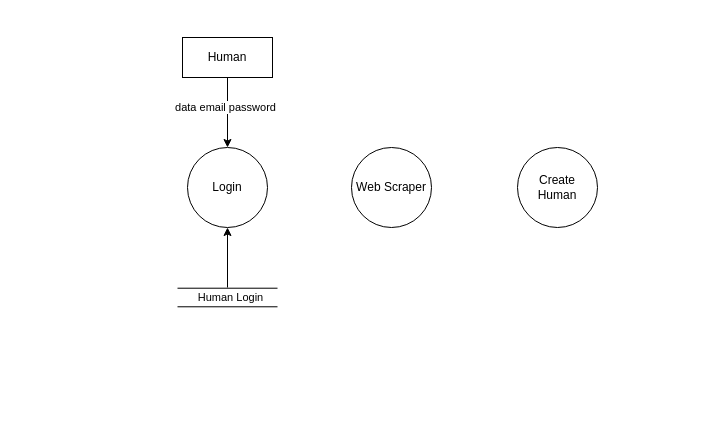
Above: Diagram Tanpa Judul.drawio in CyberFullStackDeveloperArr/coba (draw.io), before the change. Source tidied: cells renumbered, new cells numbered last; positions are measured from the earlier drawing's top-left corner, leaving out a move shared by most shapes. Both pictures are drawn from the tidied source at 100%, with x=0, y=0 at pixel (177, 37).
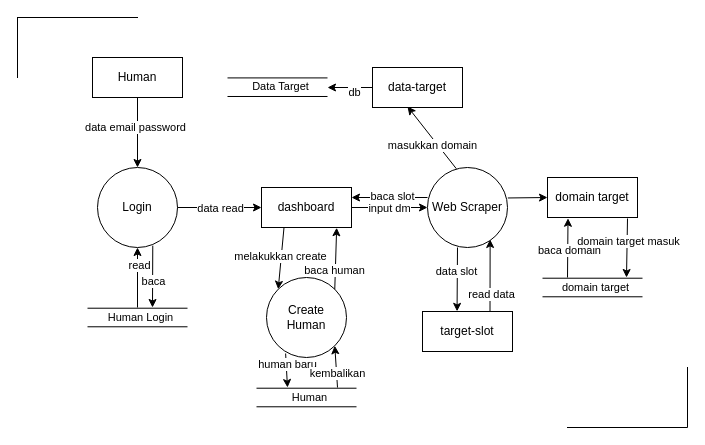
The same diagram, later.

Diff of the diagram source:
```diff
@@
     <mxCell id="2" value="Login" style="ellipse;whiteSpace=wrap;html=1;" parent="1" vertex="1">
-      <mxGeometry x="10" y="110" width="80" height="80" as="geometry" />
+      <mxGeometry x="-80" y="130" width="80" height="80" as="geometry" />
     </mxCell>
     <mxCell id="3" value="Web Scraper" style="ellipse;whiteSpace=wrap;html=1;" parent="1" vertex="1">
-      <mxGeometry x="174" y="110" width="80" height="80" as="geometry" />
+      <mxGeometry x="250" y="130" width="80" height="80" as="geometry" />
     </mxCell>
     <mxCell id="4" value="Create Human" style="ellipse;whiteSpace=wrap;html=1;" parent="1" vertex="1">
-      <mxGeometry x="340" y="110" width="80" height="80" as="geometry" />
+      <mxGeometry x="89" y="240" width="80" height="80" as="geometry" />
     </mxCell>
     <mxCell id="5" value="Human" style="rounded=0;whiteSpace=wrap;html=1;" parent="1" vertex="1">
-      <mxGeometry x="5" width="90" height="40" as="geometry" />
+      <mxGeometry x="-85" y="20" width="90" height="40" as="geometry" />
     </mxCell>
     <mxCell id="6" style="shape=link;html=1;rounded=0;width=18.57142857142857;" parent="1" edge="1">
       <mxGeometry relative="1" as="geometry">
-        <mxPoint y="260" as="sourcePoint" />
-        <mxPoint x="100" y="260" as="targetPoint" />
+        <mxPoint x="-90" y="280" as="sourcePoint" />
+        <mxPoint x="10" y="280" as="targetPoint" />
       </mxGeometry>
     </mxCell>
@@
     <mxCell id="8" style="endArrow=classic;html=1;rounded=0;entryX=0.5;entryY=1;entryDx=0;entryDy=0;" parent="1" edge="1" target="2">
       <mxGeometry relative="1" as="geometry">
-        <mxPoint x="50" y="250" as="sourcePoint" />
+        <mxPoint x="-40" y="270" as="sourcePoint" />
       </mxGeometry>
     </mxCell>
+    <mxCell id="11" value="read" style="edgeLabel;html=1;align=center;verticalAlign=middle;" parent="8" vertex="1">
+      <mxGeometry x="0.44" y="-1" relative="1" as="geometry" />
+    </mxCell>
@@
+    <mxCell id="12" style="endArrow=classic;html=1;rounded=0;exitX=1;exitY=0.5;exitDx=0;exitDy=0;entryX=0;entryY=0.5;entryDx=0;entryDy=0;" parent="1" edge="1" source="2" target="14">
+      <mxGeometry relative="1" as="geometry" />
+    </mxCell>
+    <mxCell id="13" value="data read" style="edgeLabel;html=1;align=center;verticalAlign=middle;" parent="12" vertex="1">
+      <mxGeometry x="-0.01" relative="1" as="geometry" />
+    </mxCell>
+    <mxCell id="14" value="dashboard" style="rounded=0;whiteSpace=wrap;html=1;" parent="1" vertex="1">
+      <mxGeometry x="84" y="150" width="90" height="40" as="geometry" />
+    </mxCell>
+    <mxCell id="15" style="endArrow=classic;html=1;rounded=0;entryX=0;entryY=0.5;entryDx=0;entryDy=0;exitX=1;exitY=0.5;exitDx=0;exitDy=0;" parent="1" edge="1" source="14" target="3">
+      <mxGeometry relative="1" as="geometry" />
+    </mxCell>
+    <mxCell id="16" value="input dm" style="edgeLabel;html=1;align=center;verticalAlign=middle;" parent="15" vertex="1">
+      <mxGeometry x="-0.03" relative="1" as="geometry" />
+    </mxCell>
+    <mxCell id="17" value="data-target" style="rounded=0;whiteSpace=wrap;html=1;" parent="1" vertex="1">
+      <mxGeometry x="195" y="30" width="90" height="40" as="geometry" />
+    </mxCell>
+    <mxCell id="18" value="target-slot" style="rounded=0;whiteSpace=wrap;html=1;" parent="1" vertex="1">
+      <mxGeometry x="245" y="274" width="90" height="40" as="geometry" />
+    </mxCell>
+    <mxCell id="19" style="endArrow=classic;html=1;rounded=0;exitX=0.361;exitY=0.016;exitDx=0;exitDy=0;exitPerimeter=0;entryX=0.389;entryY=0.976;entryDx=0;entryDy=0;entryPerimeter=0;" parent="1" edge="1" source="3" target="17">
+      <mxGeometry relative="1" as="geometry" />
+    </mxCell>
+    <mxCell id="20" value="masukkan domain" style="edgeLabel;html=1;align=center;verticalAlign=middle;" parent="19" vertex="1">
+      <mxGeometry x="-0.15" y="4" relative="1" as="geometry" />
+    </mxCell>
+    <mxCell id="21" style="endArrow=classic;html=1;rounded=0;exitX=0.375;exitY=1;exitDx=0;exitDy=0;exitPerimeter=0;entryX=0.384;entryY=-0.004;entryDx=0;entryDy=0;entryPerimeter=0;" parent="1" edge="1" source="3" target="18">
+      <mxGeometry relative="1" as="geometry" />
+    </mxCell>
+    <mxCell id="22" value="data slot" style="edgeLabel;html=1;align=center;verticalAlign=middle;" parent="21" vertex="1">
+      <mxGeometry x="-0.26" y="-1" relative="1" as="geometry" />
+    </mxCell>
+    <mxCell id="23" style="endArrow=classic;html=1;rounded=0;exitX=0.75;exitY=0;exitDx=0;exitDy=0;entryX=0.783;entryY=0.9;entryDx=0;entryDy=0;entryPerimeter=0;" parent="1" edge="1" source="18" target="3">
+      <mxGeometry relative="1" as="geometry" />
+    </mxCell>
+    <mxCell id="24" value="read data" style="edgeLabel;html=1;align=center;verticalAlign=middle;" parent="23" vertex="1">
+      <mxGeometry x="-0.51" y="-1" relative="1" as="geometry" />
+    </mxCell>
+    <mxCell id="25" style="shape=link;html=1;rounded=0;width=18.57142857142857;" parent="1" edge="1">
+      <mxGeometry relative="1" as="geometry">
+        <mxPoint x="50" y="49.7" as="sourcePoint" />
+        <mxPoint x="150" y="49.7" as="targetPoint" />
+      </mxGeometry>
+    </mxCell>
+    <mxCell id="26" value="Data Target" style="edgeLabel;html=1;align=center;verticalAlign=middle;" parent="25" vertex="1">
+      <mxGeometry x="0.03" y="1" relative="1" as="geometry" />
+    </mxCell>
+    <mxCell id="27" style="endArrow=classic;html=1;rounded=0;exitX=0;exitY=0.5;exitDx=0;exitDy=0;" parent="1" edge="1" source="17">
+      <mxGeometry relative="1" as="geometry">
+        <mxPoint x="150" y="50" as="targetPoint" />
+      </mxGeometry>
+    </mxCell>
+    <mxCell id="28" value="db" style="edgeLabel;html=1;align=center;verticalAlign=middle;" parent="27" vertex="1">
+      <mxGeometry x="-0.15" y="4" relative="1" as="geometry" />
+    </mxCell>
+    <mxCell id="29" style="endArrow=classic;html=1;rounded=0;exitX=0;exitY=0.375;exitDx=0;exitDy=0;exitPerimeter=0;entryX=1;entryY=0.25;entryDx=0;entryDy=0;" parent="1" edge="1" source="3" target="14">
+      <mxGeometry relative="1" as="geometry" />
+    </mxCell>
+    <mxCell id="30" value="baca slot" style="edgeLabel;html=1;align=center;verticalAlign=middle;" parent="29" vertex="1">
+      <mxGeometry x="-0.04" y="-2" relative="1" as="geometry" />
+    </mxCell>
+    <mxCell id="31" value="domain target" style="rounded=0;whiteSpace=wrap;html=1;" parent="1" vertex="1">
+      <mxGeometry x="370" y="140" width="90" height="40" as="geometry" />
+    </mxCell>
+    <mxCell id="32" style="endArrow=classic;html=1;rounded=0;exitX=1.004;exitY=0.381;exitDx=0;exitDy=0;exitPerimeter=0;entryX=0;entryY=0.5;entryDx=0;entryDy=0;" parent="1" edge="1" source="3" target="31">
+      <mxGeometry relative="1" as="geometry" />
+    </mxCell>
+    <mxCell id="33" style="shape=link;html=1;rounded=0;width=18.57142857142857;" parent="1" edge="1">
+      <mxGeometry relative="1" as="geometry">
+        <mxPoint x="365" y="250" as="sourcePoint" />
+        <mxPoint x="465" y="250" as="targetPoint" />
+      </mxGeometry>
+    </mxCell>
+    <mxCell id="34" value="domain target" style="edgeLabel;html=1;align=center;verticalAlign=middle;" parent="33" vertex="1">
+      <mxGeometry x="0.03" y="1" relative="1" as="geometry" />
+    </mxCell>
+    <mxCell id="35" style="endArrow=classic;html=1;rounded=0;entryX=0.228;entryY=1.019;entryDx=0;entryDy=0;entryPerimeter=0;" parent="1" edge="1" target="31">
+      <mxGeometry relative="1" as="geometry">
+        <mxPoint x="390" y="240" as="sourcePoint" />
+      </mxGeometry>
+    </mxCell>
+    <mxCell id="36" value="baca domain" style="edgeLabel;html=1;align=center;verticalAlign=middle;" parent="35" vertex="1">
+      <mxGeometry x="-0.04" y="-1" relative="1" as="geometry" />
+    </mxCell>
+    <mxCell id="37" style="endArrow=classic;html=1;rounded=0;" parent="1" edge="1">
+      <mxGeometry relative="1" as="geometry">
+        <mxPoint x="450" y="181" as="sourcePoint" />
+        <mxPoint x="449" y="240" as="targetPoint" />
+      </mxGeometry>
+    </mxCell>
+    <mxCell id="38" value="domain target masuk" style="edgeLabel;html=1;align=center;verticalAlign=middle;" parent="37" vertex="1">
+      <mxGeometry x="-0.26" y="1" relative="1" as="geometry" />
+    </mxCell>
+    <mxCell id="39" style="endArrow=classic;html=1;rounded=0;exitX=0.25;exitY=1;exitDx=0;exitDy=0;entryX=0;entryY=0;entryDx=0;entryDy=0;" parent="1" edge="1" source="14" target="4">
+      <mxGeometry relative="1" as="geometry" />
+    </mxCell>
+    <mxCell id="40" value="melakukkan create" style="edgeLabel;html=1;align=center;verticalAlign=middle;" parent="39" vertex="1">
+      <mxGeometry x="-0.08" relative="1" as="geometry">
+        <mxPoint x="-1" as="offset" />
+      </mxGeometry>
+    </mxCell>
+    <mxCell id="41" style="shape=link;html=1;rounded=0;width=18.57142857142857;" parent="1" edge="1">
+      <mxGeometry relative="1" as="geometry">
+        <mxPoint x="79" y="360" as="sourcePoint" />
+        <mxPoint x="179" y="360" as="targetPoint" />
+      </mxGeometry>
+    </mxCell>
+    <mxCell id="42" value="Human" style="edgeLabel;html=1;align=center;verticalAlign=middle;" parent="41" vertex="1">
+      <mxGeometry x="0.03" y="1" relative="1" as="geometry" />
+    </mxCell>
+    <mxCell id="43" style="endArrow=classic;html=1;rounded=0;exitX=0.239;exitY=0.95;exitDx=0;exitDy=0;exitPerimeter=0;" parent="1" edge="1" source="4">
+      <mxGeometry relative="1" as="geometry">
+        <mxPoint x="110" y="350" as="targetPoint" />
+      </mxGeometry>
+    </mxCell>
+    <mxCell id="44" value="human baru" style="edgeLabel;html=1;align=center;verticalAlign=middle;" parent="43" vertex="1">
+      <mxGeometry x="-0.33" y="1" relative="1" as="geometry" />
+    </mxCell>
+    <mxCell id="45" style="endArrow=classic;html=1;rounded=0;exitX=1;exitY=0;exitDx=0;exitDy=0;entryX=0.835;entryY=1.006;entryDx=0;entryDy=0;entryPerimeter=0;" parent="1" edge="1" source="4" target="14">
+      <mxGeometry relative="1" as="geometry" />
+    </mxCell>
+    <mxCell id="46" value="baca human" style="edgeLabel;html=1;align=center;verticalAlign=middle;" parent="45" vertex="1">
+      <mxGeometry x="-0.38" y="1" relative="1" as="geometry" />
+    </mxCell>
+    <mxCell id="47" style="endArrow=classic;html=1;rounded=0;entryX=1;entryY=1;entryDx=0;entryDy=0;" parent="1" edge="1" target="4">
+      <mxGeometry relative="1" as="geometry">
+        <mxPoint x="160" y="350" as="sourcePoint" />
+      </mxGeometry>
+    </mxCell>
+    <mxCell id="48" value="kembalikan" style="edgeLabel;html=1;align=center;verticalAlign=middle;" parent="47" vertex="1">
+      <mxGeometry x="-0.29" relative="1" as="geometry" />
+    </mxCell>
+    <mxCell id="49" style="endArrow=classic;html=1;rounded=0;exitX=0.691;exitY=0.977;exitDx=0;exitDy=0;exitPerimeter=0;" parent="1" edge="1" source="2">
+      <mxGeometry relative="1" as="geometry">
+        <mxPoint x="-25" y="270" as="targetPoint" />
+      </mxGeometry>
+    </mxCell>
+    <mxCell id="50" value="baca" style="edgeLabel;html=1;align=center;verticalAlign=middle;" parent="49" vertex="1">
+      <mxGeometry x="0.14" relative="1" as="geometry" />
+    </mxCell>
+    <mxCell id="51" style="shape=partialRectangle;whiteSpace=wrap;html=1;top=0;left=0;fillColor=none;" parent="1" vertex="1">
+      <mxGeometry x="390" y="330" width="120" height="60" as="geometry" />
+    </mxCell>
+    <mxCell id="52" style="shape=partialRectangle;whiteSpace=wrap;html=1;bottom=0;right=0;fillColor=none;" parent="1" vertex="1">
+      <mxGeometry x="-160" y="-20" width="120" height="60" as="geometry" />
+    </mxCell>
```
